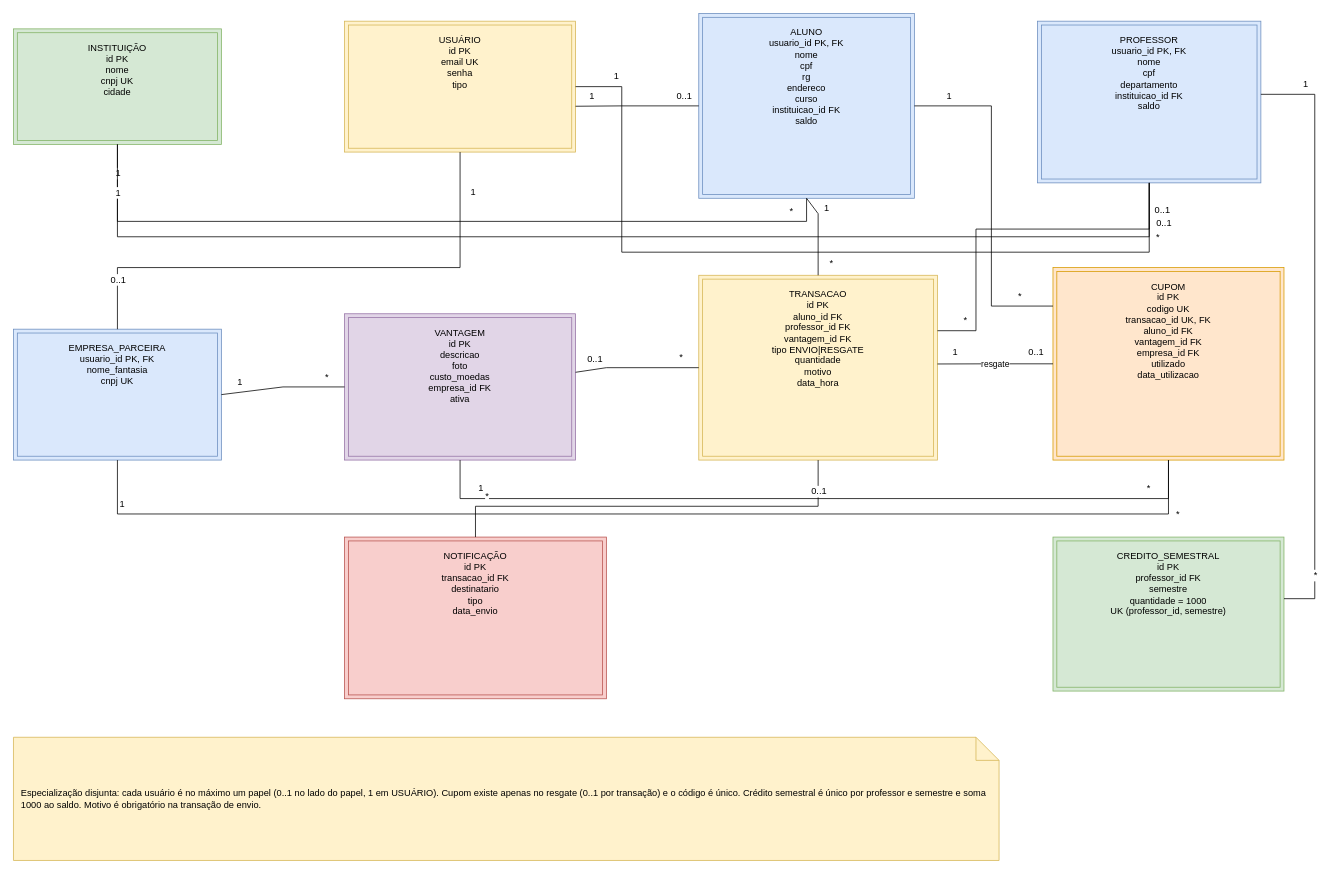
Above: Diagramas/04-modelo-er.drawio in Kennykiller36/Sistema-de-Moeda-Estudantil (draw.io), before the change. Source tidied: cells renumbered, new cells numbered last; positions are measured from the earlier drawing's top-left corner, leaving out a move shared by most shapes. Both pictures are drawn from the tidied source at 77%, with x=0, y=0 at pixel (13, 13).
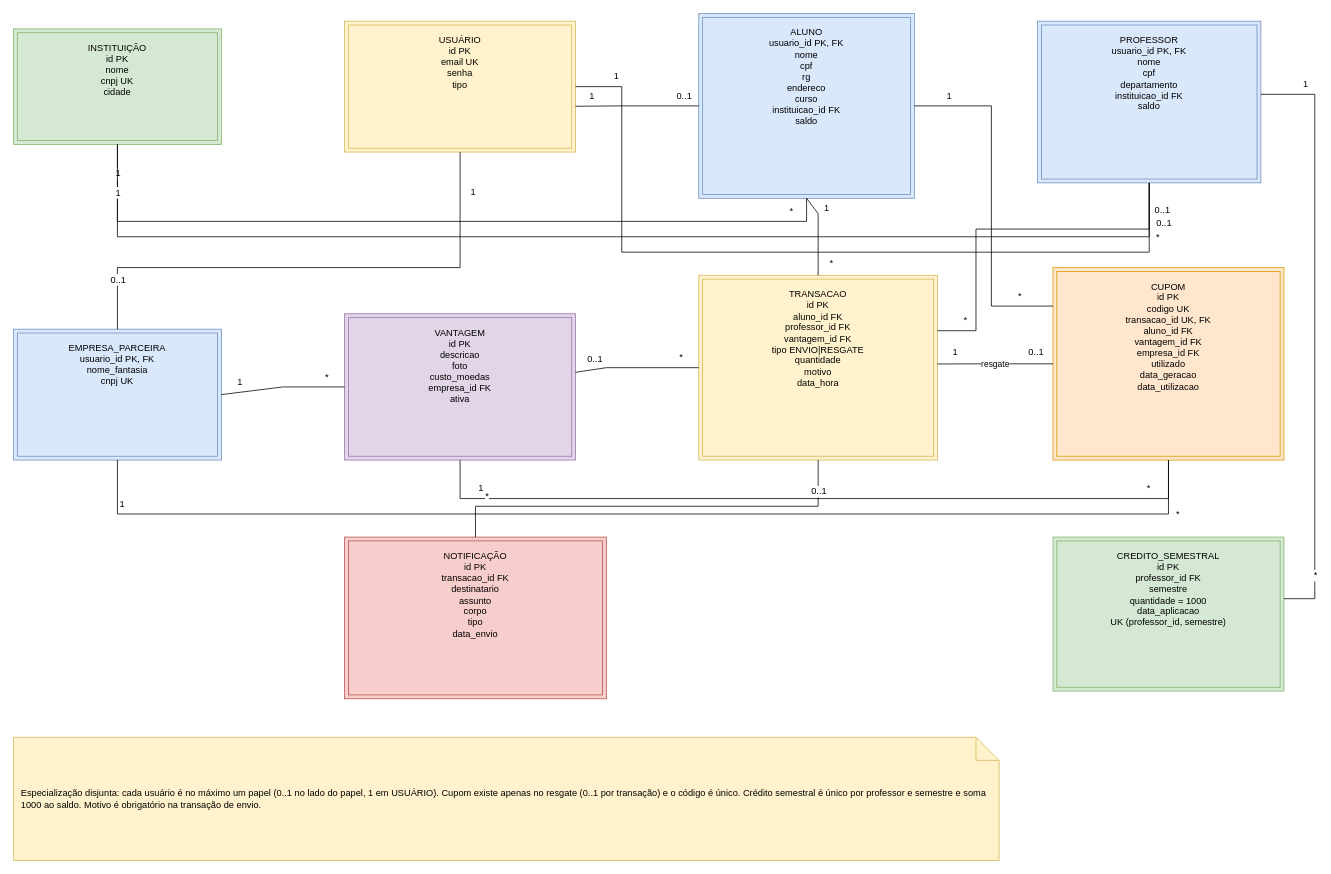
After the change.

Diff of the diagram source:
```diff
@@
-    <mxCell id="9" value="CUPOM&#10;id PK&#10;codigo UK&#10;transacao_id UK, FK&#10;aluno_id FK&#10;vantagem_id FK&#10;empresa_id FK&#10;utilizado&#10;data_utilizacao" style="shape=ext;margin=3;double=1;whiteSpace=wrap;html=1;align=center;verticalAlign=top;spacingTop=6;fontSize=12;fillColor=#ffe6cc;strokeColor=#d79b00;" parent="1" vertex="1">
+    <mxCell id="9" value="CUPOM&#10;id PK&#10;codigo UK&#10;transacao_id UK, FK&#10;aluno_id FK&#10;vantagem_id FK&#10;empresa_id FK&#10;utilizado&#10;data_geracao&#10;data_utilizacao" style="shape=ext;margin=3;double=1;whiteSpace=wrap;html=1;align=center;verticalAlign=top;spacingTop=6;fontSize=12;fillColor=#ffe6cc;strokeColor=#d79b00;" parent="1" vertex="1">
       <mxGeometry x="1350" y="330" width="300" height="250" as="geometry" />
     </mxCell>
-    <mxCell id="10" value="NOTIFICAÇÃO&#10;id PK&#10;transacao_id FK&#10;destinatario&#10;tipo&#10;data_envio" style="shape=ext;margin=3;double=1;whiteSpace=wrap;html=1;align=center;verticalAlign=top;spacingTop=6;fontSize=12;fillColor=#f8cecc;strokeColor=#b85450;" parent="1" vertex="1">
+    <mxCell id="10" value="NOTIFICAÇÃO&#10;id PK&#10;transacao_id FK&#10;destinatario&#10;assunto&#10;corpo&#10;tipo&#10;data_envio" style="shape=ext;margin=3;double=1;whiteSpace=wrap;html=1;align=center;verticalAlign=top;spacingTop=6;fontSize=12;fillColor=#f8cecc;strokeColor=#b85450;" parent="1" vertex="1">
       <mxGeometry x="430" y="680" width="340" height="210" as="geometry" />
     </mxCell>
-    <mxCell id="11" value="CREDITO_SEMESTRAL&#10;id PK&#10;professor_id FK&#10;semestre&#10;quantidade = 1000&#10;UK (professor_id, semestre)" style="shape=ext;margin=3;double=1;whiteSpace=wrap;html=1;align=center;verticalAlign=top;spacingTop=6;fontSize=12;fillColor=#d5e8d4;strokeColor=#82b366;" parent="1" vertex="1">
+    <mxCell id="11" value="CREDITO_SEMESTRAL&#10;id PK&#10;professor_id FK&#10;semestre&#10;quantidade = 1000&#10;data_aplicacao&#10;UK (professor_id, semestre)" style="shape=ext;margin=3;double=1;whiteSpace=wrap;html=1;align=center;verticalAlign=top;spacingTop=6;fontSize=12;fillColor=#d5e8d4;strokeColor=#82b366;" parent="1" vertex="1">
       <mxGeometry x="1350" y="680" width="300" height="200" as="geometry" />
     </mxCell>
```
